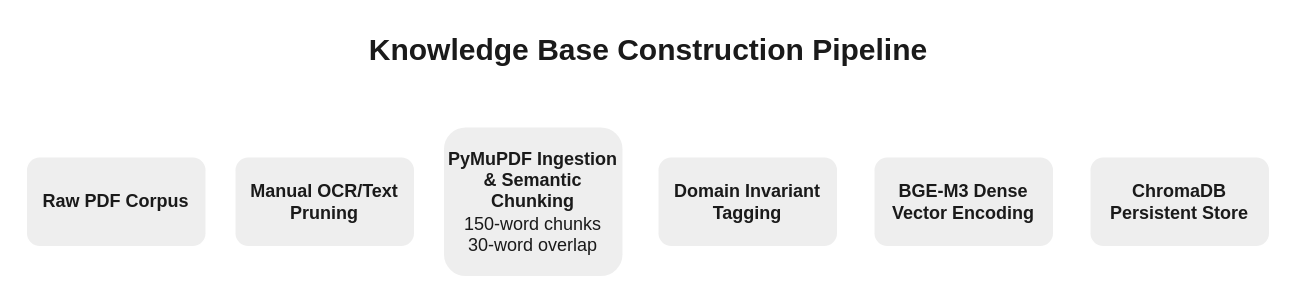
Earlier version of the draw.io diagram docs/figures/phase1_pipeline.drawio (Khushhiii08/AquaAssist). Source tidied: cells renumbered, new cells numbered last; positions are measured from the earlier drawing's top-left corner, leaving out a move shared by most shapes. Both pictures are drawn from the tidied source at 150%, with x=0, y=0 at pixel (26, 26).
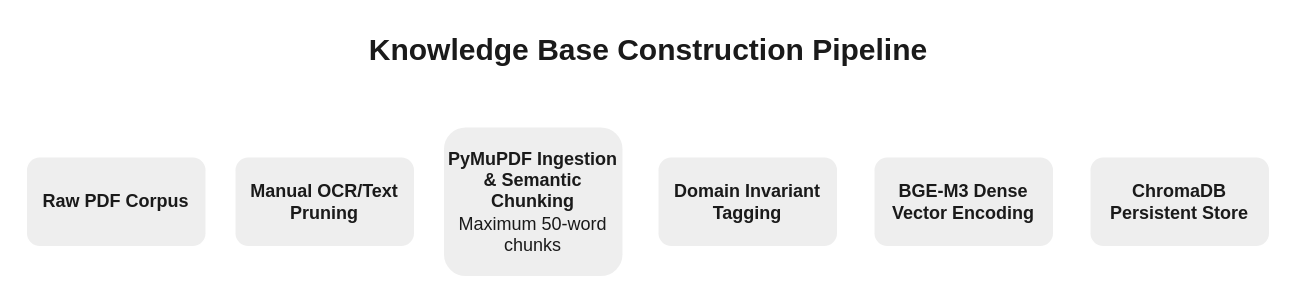
Above is the later version.

Commit message (it also covers changes not shown here):
Update pipeline architecture diagrams

The edit, as a diff of the source:
```diff
@@
 <mxGraphModel background="light-dark(#FFFFFF,#FFFFFF)">
   <root>
     <mxCell id="0" />
     <mxCell id="1" parent="0" />
     <mxCell id="2" style="edgeStyle=orthogonalEdgeStyle;rounded=0;jettySize=auto;html=1;labelBackgroundColor=none;strokeColor=#FFFFFF;fontColor=default;" parent="1" edge="1" source="3" target="5">
       <mxGeometry relative="1" as="geometry" />
     </mxCell>
     <mxCell id="3" value="&lt;b&gt;Raw PDF Corpus&lt;/b&gt;" style="rounded=1;whiteSpace=wrap;html=1;labelBackgroundColor=none;fillColor=#EEEEEE;strokeColor=#FFFFFF;fontColor=#1A1A1A;textShadow=0;labelBorderColor=none;" parent="1" vertex="1">
       <mxGeometry y="87" width="120" height="60" as="geometry" />
     </mxCell>
     <mxCell id="4" style="edgeStyle=orthogonalEdgeStyle;rounded=0;jettySize=auto;html=1;labelBackgroundColor=none;strokeColor=#FFFFFF;fontColor=default;" parent="1" edge="1" source="5" target="7">
       <mxGeometry relative="1" as="geometry" />
     </mxCell>
     <mxCell id="5" value="&lt;b&gt;Manual OCR/Text Pruning&lt;/b&gt;" style="rounded=1;whiteSpace=wrap;html=1;labelBackgroundColor=none;fillColor=#EEEEEE;strokeColor=#FFFFFF;fontColor=#1A1A1A;" parent="1" vertex="1">
       <mxGeometry x="139" y="87" width="120" height="60" as="geometry" />
     </mxCell>
     <mxCell id="6" style="edgeStyle=orthogonalEdgeStyle;rounded=0;jettySize=auto;html=1;strokeColor=#FFFFFF;fontColor=#FFFFFF;" parent="1" edge="1" source="7" target="13">
       <mxGeometry relative="1" as="geometry" />
     </mxCell>
-    <mxCell id="7" value="&lt;b&gt;PyMuPDF Ingestion &amp;amp; Semantic Chunking&lt;br&gt;&lt;/b&gt;&lt;span&gt;150-word chunks&lt;/span&gt;&lt;br&gt;&lt;span&gt;30-word overlap&lt;/span&gt;&lt;b&gt;&lt;/b&gt;" style="rounded=1;whiteSpace=wrap;html=1;labelBackgroundColor=none;fillColor=#EEEEEE;strokeColor=#FFFFFF;fontColor=#1A1A1A;" parent="1" vertex="1">
+    <mxCell id="7" value="&lt;strong&gt;PyMuPDF Ingestion &amp;amp; Semantic Chunking&lt;/strong&gt;&lt;br&gt;Maximum 50-word chunks" style="rounded=1;whiteSpace=wrap;html=1;labelBackgroundColor=none;fillColor=#EEEEEE;strokeColor=#FFFFFF;fontColor=#1A1A1A;" parent="1" vertex="1">
       <mxGeometry x="278" y="67" width="120" height="100" as="geometry" />
     </mxCell>
     <mxCell id="8" style="edgeStyle=orthogonalEdgeStyle;rounded=0;jettySize=auto;html=1;labelBackgroundColor=none;strokeColor=#FFFFFF;fontColor=default;" parent="1" edge="1" source="9" target="10">
       <mxGeometry relative="1" as="geometry" />
     </mxCell>
     <mxCell id="9" value="&lt;b&gt;BGE-M3 Dense Vector Encoding&lt;/b&gt;" style="rounded=1;whiteSpace=wrap;html=1;labelBackgroundColor=none;fillColor=#EEEEEE;strokeColor=#FFFFFF;fontColor=#1A1A1A;" parent="1" vertex="1">
       <mxGeometry x="565" y="87" width="120" height="60" as="geometry" />
     </mxCell>
     <mxCell id="10" value="&lt;b&gt;ChromaDB Persistent Store&lt;/b&gt;" style="rounded=1;whiteSpace=wrap;html=1;labelBackgroundColor=none;fillColor=#EEEEEE;strokeColor=#FFFFFF;fontColor=#1A1A1A;" parent="1" vertex="1">
       <mxGeometry x="709" y="87" width="120" height="60" as="geometry" />
     </mxCell>
     <mxCell id="11" value="Knowledge Base Construction Pipeline" style="text;html=1;whiteSpace=wrap;strokeColor=none;fillColor=none;align=center;verticalAlign=middle;rounded=0;fontColor=light-dark(#1A1A1A,#000000);fontStyle=1;fontSize=20;" parent="1" vertex="1">
       <mxGeometry x="147" width="536" height="30" as="geometry" />
     </mxCell>
     <mxCell id="12" style="edgeStyle=orthogonalEdgeStyle;rounded=0;jettySize=auto;html=1;strokeColor=#FFFFFF;fontColor=#FFFFFF;" parent="1" edge="1" source="13" target="9">
       <mxGeometry relative="1" as="geometry" />
     </mxCell>
     <mxCell id="13" value="&lt;b&gt;Domain Invariant Tagging&lt;br&gt;&lt;/b&gt;" style="rounded=1;whiteSpace=wrap;html=1;strokeColor=#FFFFFF;fontColor=#1A1A1A;fillColor=#EEEEEE;" parent="1" vertex="1">
       <mxGeometry x="421" y="87" width="120" height="60" as="geometry" />
     </mxCell>
   </root>
 </mxGraphModel>
```
